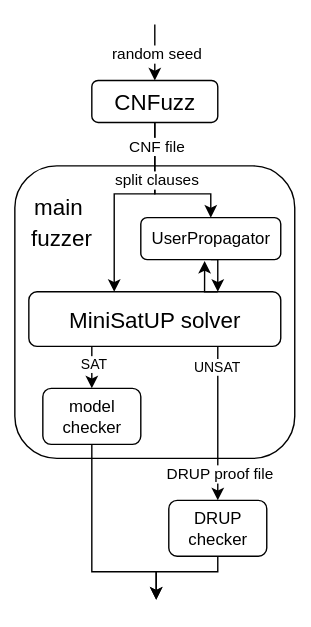
This is figure/fuzzer.drawio.svg from hchenqide/Thesis, a draw.io export, as it was before one commit. Source tidied: cells renumbered, new cells last; positions are measured from the earlier drawing's top-left corner, leaving out a move shared by most shapes.
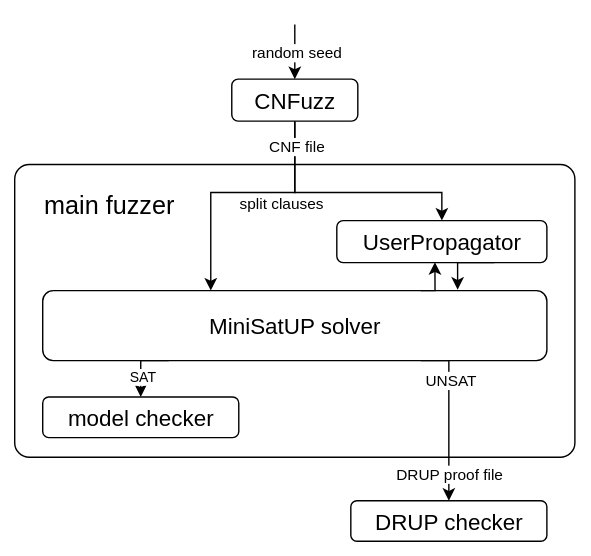
The same diagram one commit later.

Commit message:
update figure fuzzer

What changed in the source:
```diff
@@ -2,111 +2,92 @@
   <root>
     <mxCell id="0" />
     <mxCell id="1" parent="0" />
-    <mxCell id="2" value="&lt;font style=&quot;font-size: 16px;&quot;&gt;main&amp;nbsp; &amp;nbsp; &amp;nbsp; &amp;nbsp; &amp;nbsp; &amp;nbsp; &amp;nbsp; &amp;nbsp; &amp;nbsp; &amp;nbsp; &amp;nbsp; &amp;nbsp; &amp;nbsp; &amp;nbsp; &amp;nbsp; &amp;nbsp;&lt;/font&gt;&lt;div&gt;&lt;font style=&quot;font-size: 16px;&quot;&gt;fuzzer&amp;nbsp; &amp;nbsp; &amp;nbsp; &amp;nbsp; &amp;nbsp; &amp;nbsp; &amp;nbsp; &amp;nbsp; &amp;nbsp; &amp;nbsp; &amp;nbsp; &amp;nbsp; &amp;nbsp; &amp;nbsp; &amp;nbsp;&amp;nbsp;&lt;/font&gt;&lt;div&gt;&lt;font style=&quot;font-size: 16px;&quot;&gt;&lt;br&gt;&lt;/font&gt;&lt;/div&gt;&lt;div&gt;&lt;font style=&quot;font-size: 16px;&quot;&gt;&lt;br&gt;&lt;/font&gt;&lt;/div&gt;&lt;div&gt;&lt;font style=&quot;font-size: 16px;&quot;&gt;&lt;br&gt;&lt;/font&gt;&lt;/div&gt;&lt;div&gt;&lt;font style=&quot;font-size: 16px;&quot;&gt;&lt;br&gt;&lt;/font&gt;&lt;/div&gt;&lt;div&gt;&lt;font style=&quot;font-size: 16px;&quot;&gt;&lt;br&gt;&lt;/font&gt;&lt;/div&gt;&lt;div&gt;&lt;br&gt;&lt;/div&gt;&lt;/div&gt;" style="rounded=1;whiteSpace=wrap;html=1;fontSize=18;align=center;" parent="1" vertex="1">
-      <mxGeometry y="101" width="200" height="209" as="geometry" />
+    <mxCell id="2" value="&lt;div&gt;&lt;div&gt;main fuzzer&amp;nbsp; &amp;nbsp; &amp;nbsp; &amp;nbsp; &amp;nbsp; &amp;nbsp; &amp;nbsp; &amp;nbsp; &amp;nbsp; &amp;nbsp; &amp;nbsp; &amp;nbsp; &amp;nbsp; &amp;nbsp; &amp;nbsp; &amp;nbsp; &amp;nbsp; &amp;nbsp; &amp;nbsp; &amp;nbsp; &amp;nbsp; &amp;nbsp; &amp;nbsp; &amp;nbsp; &amp;nbsp; &amp;nbsp; &amp;nbsp;&lt;/div&gt;&lt;/div&gt;&lt;div&gt;&lt;br&gt;&lt;/div&gt;&lt;div&gt;&lt;br&gt;&lt;/div&gt;&lt;div&gt;&lt;br&gt;&lt;/div&gt;&lt;div&gt;&lt;br&gt;&lt;/div&gt;&lt;div&gt;&lt;br&gt;&lt;/div&gt;&lt;div&gt;&lt;br&gt;&lt;/div&gt;&lt;div&gt;&lt;br&gt;&lt;/div&gt;" style="rounded=1;whiteSpace=wrap;html=1;fontSize=18;align=center;arcSize=5;" parent="1" vertex="1">
+      <mxGeometry x="-80" y="101" width="400" height="209" as="geometry" />
     </mxCell>
-    <mxCell id="3" style="edgeStyle=orthogonalEdgeStyle;rounded=0;jettySize=auto;html=1;exitX=0.5;exitY=1;exitDx=0;exitDy=0;" parent="1" edge="1" source="4" target="18">
+    <mxCell id="3" style="edgeStyle=orthogonalEdgeStyle;rounded=0;jettySize=auto;html=1;exitX=0.5;exitY=1;exitDx=0;exitDy=0;entryX=0.5;entryY=0;entryDx=0;entryDy=0;" parent="1" edge="1" source="4" target="18">
       <mxGeometry relative="1" as="geometry">
         <Array as="points">
-          <mxPoint x="100" y="121" />
-          <mxPoint x="140" y="121" />
+          <mxPoint x="120" y="121" />
+          <mxPoint x="225" y="121" />
         </Array>
       </mxGeometry>
     </mxCell>
-    <mxCell id="4" value="&lt;font style=&quot;font-size: 16px;&quot;&gt;CNFuzz&lt;/font&gt;" style="rounded=1;whiteSpace=wrap;html=1;fontSize=18;" parent="1" vertex="1">
-      <mxGeometry x="55" y="40" width="90" height="30" as="geometry" />
+    <mxCell id="4" value="&lt;font&gt;CNFuzz&lt;/font&gt;" style="rounded=1;whiteSpace=wrap;html=1;fontSize=16;" parent="1" vertex="1">
+      <mxGeometry x="75" y="40" width="90" height="30" as="geometry" />
     </mxCell>
     <mxCell id="5" style="edgeStyle=orthogonalEdgeStyle;rounded=0;jettySize=auto;html=1;exitX=0.25;exitY=1;exitDx=0;exitDy=0;entryX=0.5;entryY=0;entryDx=0;entryDy=0;" parent="1" edge="1" source="10" target="14">
       <mxGeometry relative="1" as="geometry" />
     </mxCell>
     <mxCell id="6" value="SAT" style="edgeLabel;html=1;align=center;verticalAlign=middle;fontColor=#000000;labelBorderColor=none;fontSize=10;" parent="5" vertex="1">
       <mxGeometry x="0.17" y="-2" relative="1" as="geometry">
-        <mxPoint x="2" y="-6" as="offset" />
+        <mxPoint x="2" y="3" as="offset" />
       </mxGeometry>
     </mxCell>
     <mxCell id="7" style="edgeStyle=orthogonalEdgeStyle;rounded=0;jettySize=auto;html=1;exitX=0.75;exitY=1;exitDx=0;exitDy=0;entryX=0.5;entryY=0;entryDx=0;entryDy=0;" parent="1" edge="1" source="10" target="16">
       <mxGeometry relative="1" as="geometry">
         <Array as="points">
-          <mxPoint x="145" y="230" />
+          <mxPoint x="230" y="241" />
         </Array>
       </mxGeometry>
     </mxCell>
-    <mxCell id="8" value="UNSAT" style="edgeLabel;html=1;align=center;verticalAlign=middle;labelBorderColor=none;fontSize=10;" parent="7" vertex="1">
-      <mxGeometry x="-0.75" y="-2" relative="1" as="geometry" />
+    <mxCell id="8" value="UNSAT" style="edgeLabel;html=1;align=center;verticalAlign=middle;" parent="7" vertex="1">
+      <mxGeometry x="-0.44" relative="1" as="geometry" />
     </mxCell>
     <mxCell id="9" value="DRUP proof file" style="edgeLabel;html=1;align=center;verticalAlign=middle;" parent="7" vertex="1">
-      <mxGeometry x="0.72" relative="1" as="geometry">
-        <mxPoint y="-4" as="offset" />
-      </mxGeometry>
+      <mxGeometry x="0.67" y="-1" relative="1" as="geometry" />
     </mxCell>
     <mxCell id="10" value="&lt;div&gt;&lt;span style=&quot;font-size: 16px; background-color: transparent; color: light-dark(rgb(0, 0, 0), rgb(255, 255, 255));&quot;&gt;MiniSatUP solver&lt;/span&gt;&lt;/div&gt;" style="rounded=1;whiteSpace=wrap;html=1;fontSize=18;" parent="1" vertex="1">
-      <mxGeometry x="10" y="191" width="180" height="39" as="geometry" />
+      <mxGeometry x="-60" y="191" width="360" height="50" as="geometry" />
     </mxCell>
     <mxCell id="11" style="endArrow=classic;html=1;rounded=0;" parent="1" edge="1" target="4">
       <mxGeometry relative="1" as="geometry">
-        <mxPoint x="100" as="sourcePoint" />
+        <mxPoint x="120" y="1" as="sourcePoint" />
       </mxGeometry>
     </mxCell>
     <mxCell id="12" value="random seed" style="edgeLabel;html=1;align=center;verticalAlign=middle;" parent="11" vertex="1">
       <mxGeometry x="-0.25" y="-2" relative="1" as="geometry">
-        <mxPoint x="2" y="5" as="offset" />
+        <mxPoint x="2" y="4" as="offset" />
       </mxGeometry>
     </mxCell>
-    <mxCell id="13" style="edgeStyle=orthogonalEdgeStyle;rounded=0;jettySize=auto;html=1;exitX=0.5;exitY=1;exitDx=0;exitDy=0;" parent="1" edge="1" source="14">
-      <mxGeometry relative="1" as="geometry">
-        <mxPoint x="100" y="411" as="targetPoint" />
-        <Array as="points">
-          <mxPoint x="55" y="391" />
-          <mxPoint x="101" y="391" />
-          <mxPoint x="101" y="411" />
-          <mxPoint x="100" y="411" />
-        </Array>
-      </mxGeometry>
-    </mxCell>
-    <mxCell id="14" value="model checker" style="rounded=1;whiteSpace=wrap;html=1;fontSize=12;" parent="1" vertex="1">
-      <mxGeometry x="20" y="260" width="70" height="40" as="geometry" />
+    <mxCell id="14" value="model checker" style="rounded=1;whiteSpace=wrap;html=1;fontSize=16;" parent="1" vertex="1">
+      <mxGeometry x="-60" y="267" width="140" height="29" as="geometry" />
     </mxCell>
-    <mxCell id="15" style="edgeStyle=orthogonalEdgeStyle;rounded=0;jettySize=auto;html=1;exitX=0.5;exitY=1;exitDx=0;exitDy=0;" parent="1" edge="1" source="16">
-      <mxGeometry relative="1" as="geometry">
-        <mxPoint x="100" y="411" as="targetPoint" />
-        <Array as="points">
-          <mxPoint x="145" y="391" />
-          <mxPoint x="101" y="391" />
-          <mxPoint x="101" y="411" />
-          <mxPoint x="100" y="411" />
-        </Array>
-      </mxGeometry>
-    </mxCell>
-    <mxCell id="16" value="DRUP checker" style="rounded=1;whiteSpace=wrap;html=1;fontSize=12;" parent="1" vertex="1">
-      <mxGeometry x="110" y="340" width="70" height="40" as="geometry" />
-    </mxCell>
-    <mxCell id="17" style="edgeStyle=orthogonalEdgeStyle;rounded=0;jettySize=auto;html=1;exitX=0.5;exitY=1;exitDx=0;exitDy=0;entryX=0.75;entryY=0;entryDx=0;entryDy=0;" parent="1" edge="1" source="18" target="10">
-      <mxGeometry relative="1" as="geometry" />
-    </mxCell>
-    <mxCell id="18" value="&lt;font&gt;UserPropagator&lt;/font&gt;" style="rounded=1;whiteSpace=wrap;html=1;fontSize=12;" parent="1" vertex="1">
-      <mxGeometry x="90" y="138" width="100" height="30" as="geometry" />
-    </mxCell>
-    <mxCell id="19" style="edgeStyle=orthogonalEdgeStyle;rounded=0;jettySize=auto;html=1;exitX=0.75;exitY=0;exitDx=0;exitDy=0;entryX=0.456;entryY=1.03;entryDx=0;entryDy=0;entryPerimeter=0;" parent="1" edge="1" source="10" target="18">
-      <mxGeometry relative="1" as="geometry" />
-    </mxCell>
     <mxCell id="20" style="edgeStyle=orthogonalEdgeStyle;rounded=0;jettySize=auto;html=1;exitX=0.5;exitY=1;exitDx=0;exitDy=0;" parent="1" edge="1" source="4">
       <mxGeometry relative="1" as="geometry">
-        <mxPoint x="71" y="191" as="targetPoint" />
+        <mxPoint x="60" y="191" as="targetPoint" />
         <Array as="points">
-          <mxPoint x="100" y="121" />
-          <mxPoint x="71" y="121" />
+          <mxPoint x="120" y="121" />
+          <mxPoint x="60" y="121" />
+          <mxPoint x="60" y="191" />
         </Array>
       </mxGeometry>
     </mxCell>
     <mxCell id="21" value="CNF file" style="edgeLabel;html=1;align=center;verticalAlign=middle;" parent="20" vertex="1">
       <mxGeometry x="-0.54" y="1" relative="1" as="geometry">
-        <mxPoint x="-1" y="-18" as="offset" />
+        <mxPoint x="-1" y="-25" as="offset" />
       </mxGeometry>
     </mxCell>
     <mxCell id="22" value="split clauses" style="edgeLabel;html=1;align=center;verticalAlign=middle;" parent="20" vertex="1">
       <mxGeometry x="-0.31" relative="1" as="geometry">
-        <mxPoint x="1" y="-11" as="offset" />
+        <mxPoint x="1" y="7" as="offset" />
       </mxGeometry>
     </mxCell>
+    <mxCell id="16" value="DRUP checker" style="rounded=1;whiteSpace=wrap;html=1;fontSize=16;" parent="1" vertex="1">
+      <mxGeometry x="160" y="341" width="140" height="29" as="geometry" />
+    </mxCell>
+    <mxCell id="18" value="UserPropagator" style="rounded=1;whiteSpace=wrap;html=1;fontSize=16;" parent="1" vertex="1">
+      <mxGeometry x="150" y="141" width="150" height="30" as="geometry" />
+    </mxCell>
+    <mxCell id="19" style="edgeStyle=orthogonalEdgeStyle;rounded=0;jettySize=auto;html=1;exitX=0.75;exitY=0;exitDx=0;exitDy=0;entryX=0.467;entryY=0.989;entryDx=0;entryDy=0;entryPerimeter=0;" parent="1" edge="1" source="10" target="18">
+      <mxGeometry relative="1" as="geometry" />
+    </mxCell>
+    <mxCell id="17" style="edgeStyle=orthogonalEdgeStyle;rounded=0;jettySize=auto;html=1;exitX=0.75;exitY=1;exitDx=0;exitDy=0;entryX=0.823;entryY=-0.012;entryDx=0;entryDy=0;entryPerimeter=0;" parent="1" edge="1" source="18" target="10">
+      <mxGeometry relative="1" as="geometry">
+        <Array as="points">
+          <mxPoint x="236" y="171" />
+        </Array>
+      </mxGeometry>
+    </mxCell>
   </root>
 </mxGraphModel>
```
